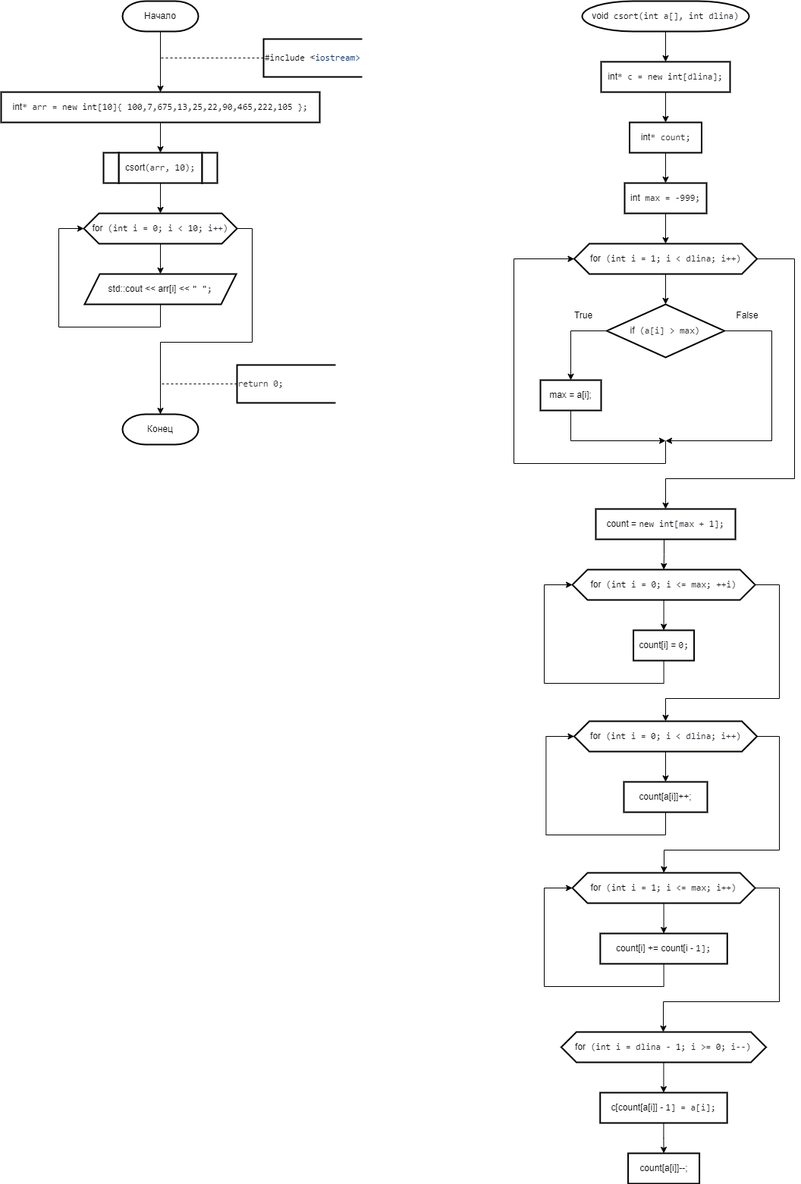
This is 2 Семестр/Labs/№9 Сложные сортировки быстрая (Хоара), слиянием, подсчетом, блочная, Шелла/Подсчетом.png from IlyaFedoseev227/LABS-PNRPU-IVT-22-1b, a draw.io export, as it was before one commit. Source tidied: cells renumbered, new cells last; positions are measured from the earlier drawing's top-left corner, leaving out a move shared by most shapes.
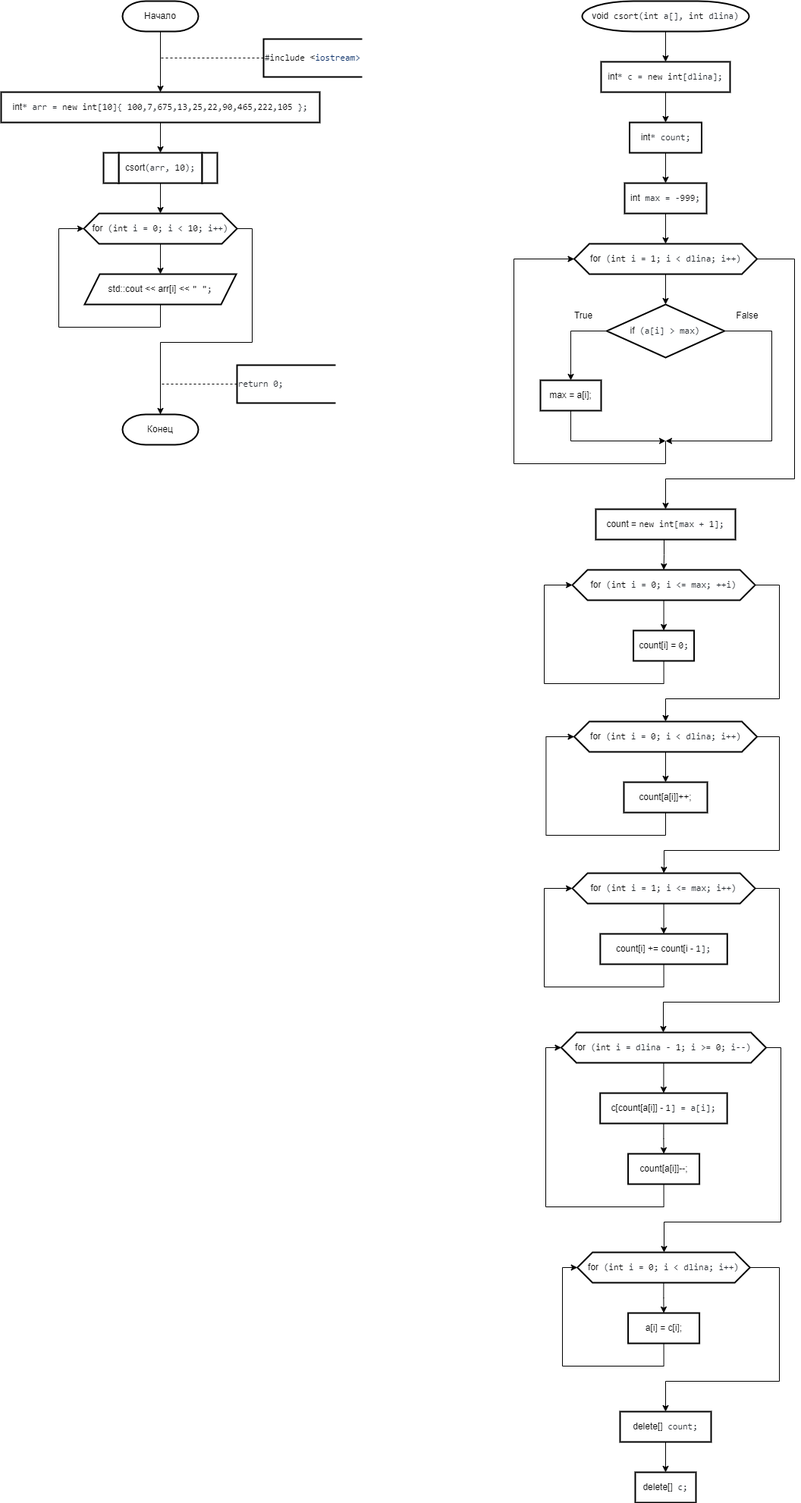
The same diagram one commit later.

Change to the diagram source:
```diff
@@ -255,6 +255,15 @@
     <mxCell id="56" style="edgeStyle=orthogonalEdgeStyle;rounded=0;jettySize=auto;html=1;exitX=0.5;exitY=1;exitDx=0;exitDy=0;entryX=0.5;entryY=0;entryDx=0;entryDy=0;" parent="1" edge="1" source="57" target="59">
       <mxGeometry relative="1" as="geometry" />
     </mxCell>
+    <mxCell id="61" style="edgeStyle=orthogonalEdgeStyle;rounded=0;jettySize=auto;html=1;exitX=1;exitY=0.5;exitDx=0;exitDy=0;" parent="1" edge="1" source="57" target="65">
+      <mxGeometry relative="1" as="geometry">
+        <Array as="points">
+          <mxPoint x="1028" y="1380" />
+          <mxPoint x="1028" y="1610" />
+          <mxPoint x="874" y="1610" />
+        </Array>
+      </mxGeometry>
+    </mxCell>
     <mxCell id="57" value="&lt;div style=&quot;text-align: start;&quot;&gt;for&lt;span style=&quot;color: rgb(36, 41, 47); font-family: ui-monospace, SFMono-Regular, &amp;quot;SF Mono&amp;quot;, Menlo, Consolas, &amp;quot;Liberation Mono&amp;quot;, monospace; background-color: rgb(255, 255, 255);&quot;&gt; (&lt;/span&gt;&lt;span style=&quot;box-sizing: border-box; color: var(--color-prettylights-syntax-keyword); font-family: ui-monospace, SFMono-Regular, &amp;quot;SF Mono&amp;quot;, Menlo, Consolas, &amp;quot;Liberation Mono&amp;quot;, monospace; background-color: rgb(255, 255, 255);&quot; class=&quot;pl-k&quot;&gt;int&lt;/span&gt;&lt;span style=&quot;color: rgb(36, 41, 47); font-family: ui-monospace, SFMono-Regular, &amp;quot;SF Mono&amp;quot;, Menlo, Consolas, &amp;quot;Liberation Mono&amp;quot;, monospace; background-color: rgb(255, 255, 255);&quot;&gt; i = dlina - &lt;/span&gt;&lt;span style=&quot;box-sizing: border-box; color: var(--color-prettylights-syntax-constant); font-family: ui-monospace, SFMono-Regular, &amp;quot;SF Mono&amp;quot;, Menlo, Consolas, &amp;quot;Liberation Mono&amp;quot;, monospace; background-color: rgb(255, 255, 255);&quot; class=&quot;pl-c1&quot;&gt;1&lt;/span&gt;&lt;span style=&quot;color: rgb(36, 41, 47); font-family: ui-monospace, SFMono-Regular, &amp;quot;SF Mono&amp;quot;, Menlo, Consolas, &amp;quot;Liberation Mono&amp;quot;, monospace; background-color: rgb(255, 255, 255);&quot;&gt;; i &amp;gt;= &lt;/span&gt;&lt;span style=&quot;box-sizing: border-box; color: var(--color-prettylights-syntax-constant); font-family: ui-monospace, SFMono-Regular, &amp;quot;SF Mono&amp;quot;, Menlo, Consolas, &amp;quot;Liberation Mono&amp;quot;, monospace; background-color: rgb(255, 255, 255);&quot; class=&quot;pl-c1&quot;&gt;0&lt;/span&gt;&lt;span style=&quot;color: rgb(36, 41, 47); font-family: ui-monospace, SFMono-Regular, &amp;quot;SF Mono&amp;quot;, Menlo, Consolas, &amp;quot;Liberation Mono&amp;quot;, monospace; background-color: rgb(255, 255, 255);&quot;&gt;; i--)&lt;/span&gt;&lt;br&gt;&lt;/div&gt;" style="shape=hexagon;perimeter=hexagonPerimeter2;whiteSpace=wrap;html=1;fixedSize=1;strokeWidth=2;" parent="1" vertex="1">
       <mxGeometry x="738.4" y="1360" width="270" height="40" as="geometry" />
     </mxCell>
@@ -264,8 +273,53 @@
     <mxCell id="59" value="&lt;div style=&quot;text-align: start;&quot;&gt;c[count[a[i]] - &lt;span style=&quot;box-sizing: border-box; color: var(--color-prettylights-syntax-constant); font-family: ui-monospace, SFMono-Regular, &amp;quot;SF Mono&amp;quot;, Menlo, Consolas, &amp;quot;Liberation Mono&amp;quot;, monospace; background-color: rgb(255, 255, 255);&quot; class=&quot;pl-c1&quot;&gt;1&lt;/span&gt;&lt;span style=&quot;color: rgb(36, 41, 47); font-family: ui-monospace, SFMono-Regular, &amp;quot;SF Mono&amp;quot;, Menlo, Consolas, &amp;quot;Liberation Mono&amp;quot;, monospace; background-color: rgb(255, 255, 255);&quot;&gt;] = a[i];&lt;/span&gt;&lt;br&gt;&lt;/div&gt;" style="shape=parallelogram;perimeter=parallelogramPerimeter;whiteSpace=wrap;html=1;fixedSize=1;strokeWidth=2;size=-6;" parent="1" vertex="1">
       <mxGeometry x="789.7" y="1440" width="167.4" height="40" as="geometry" />
     </mxCell>
+    <mxCell id="62" style="edgeStyle=orthogonalEdgeStyle;rounded=0;jettySize=auto;html=1;exitX=0.5;exitY=1;exitDx=0;exitDy=0;entryX=0;entryY=0.5;entryDx=0;entryDy=0;" parent="1" edge="1" source="60" target="57">
+      <mxGeometry relative="1" as="geometry">
+        <Array as="points">
+          <mxPoint x="874" y="1590" />
+          <mxPoint x="718" y="1590" />
+          <mxPoint x="718" y="1380" />
+        </Array>
+      </mxGeometry>
+    </mxCell>
     <mxCell id="60" value="&lt;div style=&quot;text-align: start;&quot;&gt;count[a[i]]--;&lt;br&gt;&lt;/div&gt;" style="shape=parallelogram;perimeter=parallelogramPerimeter;whiteSpace=wrap;html=1;fixedSize=1;strokeWidth=2;size=-6;" parent="1" vertex="1">
       <mxGeometry x="826.6" y="1520" width="94" height="40" as="geometry" />
     </mxCell>
+    <mxCell id="63" style="edgeStyle=orthogonalEdgeStyle;rounded=0;jettySize=auto;html=1;exitX=0.5;exitY=1;exitDx=0;exitDy=0;entryX=0.5;entryY=0;entryDx=0;entryDy=0;" parent="1" edge="1" source="65" target="67">
+      <mxGeometry relative="1" as="geometry" />
+    </mxCell>
+    <mxCell id="64" style="edgeStyle=orthogonalEdgeStyle;rounded=0;jettySize=auto;html=1;exitX=1;exitY=0.5;exitDx=0;exitDy=0;entryX=0.5;entryY=0;entryDx=0;entryDy=0;" parent="1" edge="1" source="65" target="69">
+      <mxGeometry relative="1" as="geometry">
+        <Array as="points">
+          <mxPoint x="1026" y="1670" />
+          <mxPoint x="1026" y="1820" />
+          <mxPoint x="876" y="1820" />
+        </Array>
+      </mxGeometry>
+    </mxCell>
+    <mxCell id="65" value="&lt;div style=&quot;text-align: start;&quot;&gt;for&lt;span style=&quot;color: rgb(36, 41, 47); font-family: ui-monospace, SFMono-Regular, &amp;quot;SF Mono&amp;quot;, Menlo, Consolas, &amp;quot;Liberation Mono&amp;quot;, monospace; background-color: rgb(255, 255, 255);&quot;&gt; (&lt;/span&gt;&lt;span style=&quot;box-sizing: border-box; color: var(--color-prettylights-syntax-keyword); font-family: ui-monospace, SFMono-Regular, &amp;quot;SF Mono&amp;quot;, Menlo, Consolas, &amp;quot;Liberation Mono&amp;quot;, monospace; background-color: rgb(255, 255, 255);&quot; class=&quot;pl-k&quot;&gt;int&lt;/span&gt;&lt;span style=&quot;color: rgb(36, 41, 47); font-family: ui-monospace, SFMono-Regular, &amp;quot;SF Mono&amp;quot;, Menlo, Consolas, &amp;quot;Liberation Mono&amp;quot;, monospace; background-color: rgb(255, 255, 255);&quot;&gt; i = &lt;/span&gt;&lt;span style=&quot;box-sizing: border-box; color: var(--color-prettylights-syntax-constant); font-family: ui-monospace, SFMono-Regular, &amp;quot;SF Mono&amp;quot;, Menlo, Consolas, &amp;quot;Liberation Mono&amp;quot;, monospace; background-color: rgb(255, 255, 255);&quot; class=&quot;pl-c1&quot;&gt;0&lt;/span&gt;&lt;span style=&quot;color: rgb(36, 41, 47); font-family: ui-monospace, SFMono-Regular, &amp;quot;SF Mono&amp;quot;, Menlo, Consolas, &amp;quot;Liberation Mono&amp;quot;, monospace; background-color: rgb(255, 255, 255);&quot;&gt;; i &amp;lt; dlina; i++)&lt;/span&gt;&lt;br&gt;&lt;/div&gt;" style="shape=hexagon;perimeter=hexagonPerimeter2;whiteSpace=wrap;html=1;fixedSize=1;strokeWidth=2;" parent="1" vertex="1">
+      <mxGeometry x="759.7" y="1650" width="227.4" height="40" as="geometry" />
+    </mxCell>
+    <mxCell id="66" style="edgeStyle=orthogonalEdgeStyle;rounded=0;jettySize=auto;html=1;exitX=0.5;exitY=1;exitDx=0;exitDy=0;entryX=0;entryY=0.5;entryDx=0;entryDy=0;" parent="1" edge="1" source="67" target="65">
+      <mxGeometry relative="1" as="geometry">
+        <Array as="points">
+          <mxPoint x="874" y="1800" />
+          <mxPoint x="740" y="1800" />
+          <mxPoint x="740" y="1670" />
+        </Array>
+      </mxGeometry>
+    </mxCell>
+    <mxCell id="67" value="&lt;div style=&quot;text-align: start;&quot;&gt;a[i] = c[i];&lt;br&gt;&lt;/div&gt;" style="shape=parallelogram;perimeter=parallelogramPerimeter;whiteSpace=wrap;html=1;fixedSize=1;strokeWidth=2;size=-6;" parent="1" vertex="1">
+      <mxGeometry x="826.6" y="1730" width="94" height="40" as="geometry" />
+    </mxCell>
+    <mxCell id="68" style="edgeStyle=orthogonalEdgeStyle;rounded=0;jettySize=auto;html=1;exitX=0.5;exitY=1;exitDx=0;exitDy=0;" parent="1" edge="1" source="69" target="70">
+      <mxGeometry relative="1" as="geometry" />
+    </mxCell>
+    <mxCell id="69" value="&lt;div style=&quot;text-align: start;&quot;&gt;delete[]&lt;span style=&quot;color: rgb(36, 41, 47); font-family: ui-monospace, SFMono-Regular, &amp;quot;SF Mono&amp;quot;, Menlo, Consolas, &amp;quot;Liberation Mono&amp;quot;, monospace; background-color: rgb(255, 255, 255);&quot;&gt; count;&lt;/span&gt;&lt;br&gt;&lt;/div&gt;" style="shape=parallelogram;perimeter=parallelogramPerimeter;whiteSpace=wrap;html=1;fixedSize=1;strokeWidth=2;size=-6;" parent="1" vertex="1">
+      <mxGeometry x="816" y="1860" width="120" height="40" as="geometry" />
+    </mxCell>
+    <mxCell id="70" value="&lt;div style=&quot;text-align: start;&quot;&gt;delete[]&lt;span style=&quot;color: rgb(36, 41, 47); font-family: ui-monospace, SFMono-Regular, &amp;quot;SF Mono&amp;quot;, Menlo, Consolas, &amp;quot;Liberation Mono&amp;quot;, monospace; background-color: rgb(255, 255, 255);&quot;&gt; c;&lt;/span&gt;&lt;br&gt;&lt;/div&gt;" style="shape=parallelogram;perimeter=parallelogramPerimeter;whiteSpace=wrap;html=1;fixedSize=1;strokeWidth=2;size=-6;" parent="1" vertex="1">
+      <mxGeometry x="836" y="1940" width="80" height="40" as="geometry" />
+    </mxCell>
   </root>
 </mxGraphModel>
```
